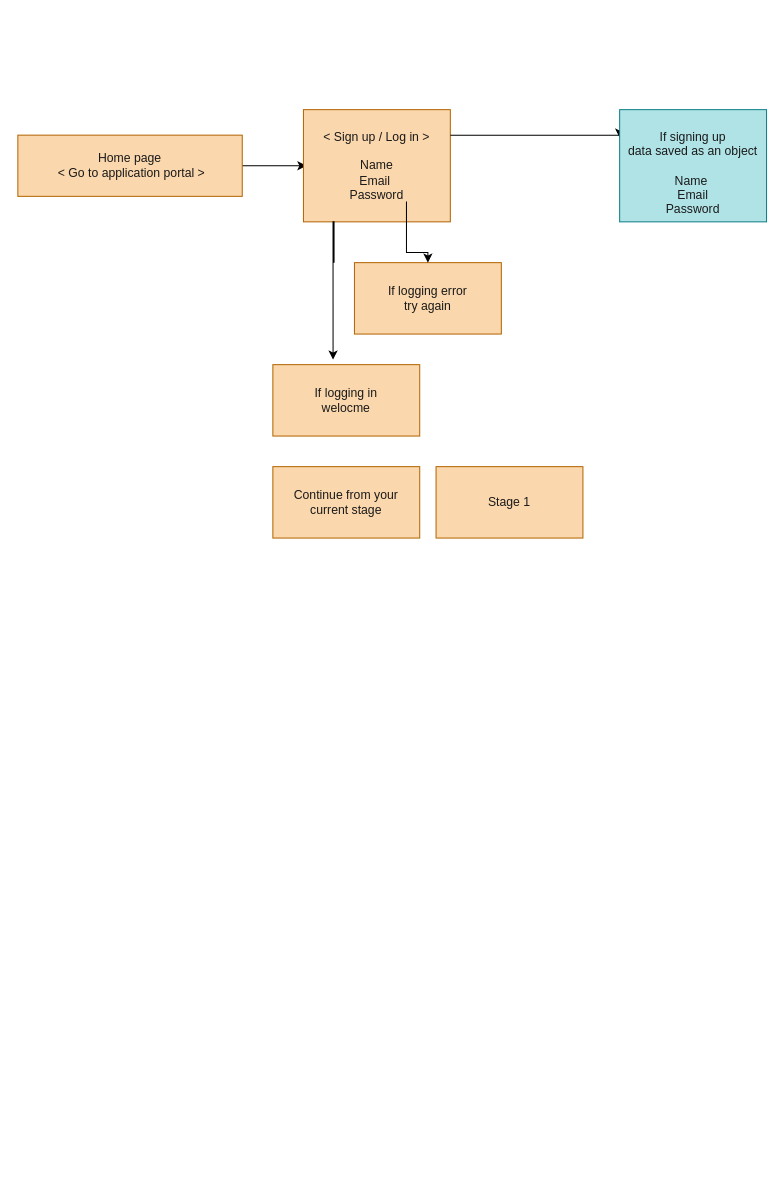
SchoolOfCode/GCI-Backend keeps this draw.io diagram as data.drawio. Above is the earlier version. Source tidied: cells renumbered, new cells numbered last; positions are measured from the earlier drawing's top-left corner, leaving out a move shared by most shapes. Both pictures are drawn from the tidied source at 102%, with x=0, y=0 at pixel (17, 109).
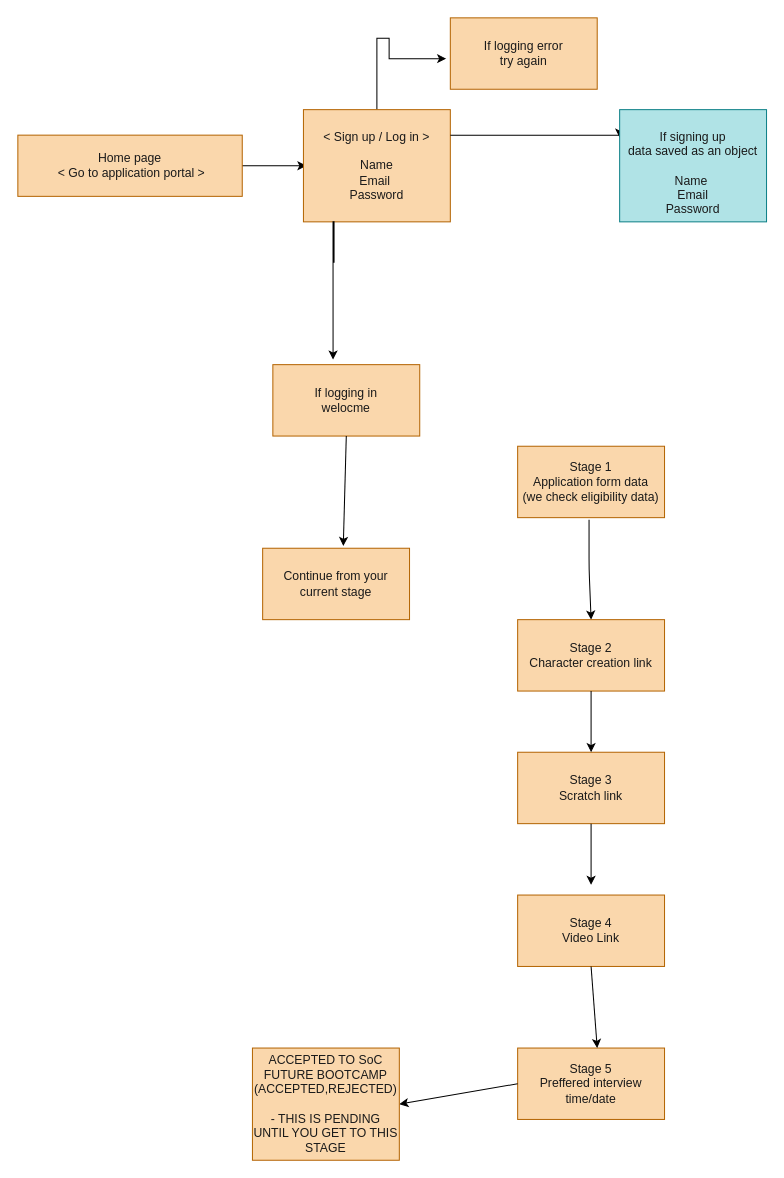
After the change.

Commit message:
Added a base data strucutre

The change refers to these unchanged cells:
```xml
<mxCell id="4" value="&lt;font color=&quot;#1a1a1a&quot;&gt;&amp;lt; Sign up / Log in &amp;gt;&lt;br&gt;&lt;br&gt;Name&lt;br&gt;Email&amp;nbsp;&lt;br&gt;Password&lt;br&gt;&lt;/font&gt;" style="whiteSpace=wrap;html=1;fillColor=#fad7ac;strokeColor=#b46504;" parent="1" vertex="1">
  <mxGeometry x="280" width="144" height="110" as="geometry" />
</mxCell>
<mxCell id="8" value="&lt;font color=&quot;#1a1a1a&quot;&gt;If logging in &lt;br&gt;welocme&lt;br&gt;&lt;/font&gt;" style="whiteSpace=wrap;html=1;fillColor=#fad7ac;strokeColor=#b46504;" parent="1" vertex="1">
  <mxGeometry x="250" y="250" width="144" height="70" as="geometry" />
</mxCell>
```

Diff of the diagram source:
```diff
@@
+    <mxCell id="13" style="edgeStyle=orthogonalEdgeStyle;rounded=0;jettySize=auto;html=1;" parent="1" edge="1" source="4">
+      <mxGeometry relative="1" as="geometry">
+        <mxPoint x="420" y="-50" as="targetPoint" />
+        <Array as="points">
+          <mxPoint x="352" y="-70" />
+          <mxPoint x="364" y="-70" />
+        </Array>
+      </mxGeometry>
+    </mxCell>
@@
     <mxCell id="9" value="&lt;font color=&quot;#1a1a1a&quot;&gt;If logging error&lt;br&gt;try again&lt;br&gt;&lt;/font&gt;" style="whiteSpace=wrap;html=1;fillColor=#fad7ac;strokeColor=#b46504;" parent="1" vertex="1">
-      <mxGeometry x="330" y="150" width="144" height="70" as="geometry" />
+      <mxGeometry x="424" y="-90" width="144" height="70" as="geometry" />
     </mxCell>
-    <mxCell id="10" style="edgeStyle=orthogonalEdgeStyle;rounded=0;jettySize=auto;html=1;entryX=0.5;entryY=0;entryDx=0;entryDy=0;" parent="1" edge="1" target="9">
-      <mxGeometry relative="1" as="geometry">
-        <mxPoint x="381" y="90" as="sourcePoint" />
-        <Array as="points">
-          <mxPoint x="381" y="140" />
-        </Array>
-      </mxGeometry>
-    </mxCell>
     <mxCell id="11" value="&lt;font color=&quot;#1a1a1a&quot;&gt;Continue from your current stage&lt;br&gt;&lt;/font&gt;" style="whiteSpace=wrap;html=1;fillColor=#fad7ac;strokeColor=#b46504;" parent="1" vertex="1">
-      <mxGeometry x="250" y="350" width="144" height="70" as="geometry" />
+      <mxGeometry x="240" y="430" width="144" height="70" as="geometry" />
     </mxCell>
-    <mxCell id="12" value="&lt;font color=&quot;#1a1a1a&quot;&gt;Stage 1&lt;br&gt;&lt;/font&gt;" style="whiteSpace=wrap;html=1;fillColor=#fad7ac;strokeColor=#b46504;" parent="1" vertex="1">
-      <mxGeometry x="410" y="350" width="144" height="70" as="geometry" />
+    <mxCell id="12" value="&lt;font color=&quot;#1a1a1a&quot;&gt;Stage 1&lt;br&gt;Application form data&lt;br&gt;(we check eligibility data)&lt;br&gt;&lt;/font&gt;" style="whiteSpace=wrap;html=1;fillColor=#fad7ac;strokeColor=#b46504;" parent="1" vertex="1">
+      <mxGeometry x="490" y="330" width="144" height="70" as="geometry" />
     </mxCell>
+    <mxCell id="14" style="endArrow=classic;html=1;exitX=0.5;exitY=1;exitDx=0;exitDy=0;entryX=0.549;entryY=-0.031;entryDx=0;entryDy=0;entryPerimeter=0;" parent="1" edge="1" source="8" target="11">
+      <mxGeometry relative="1" as="geometry" />
+    </mxCell>
+    <mxCell id="15" style="endArrow=classic;html=1;entryX=0.5;entryY=0;entryDx=0;entryDy=0;" parent="1" edge="1" target="16">
+      <mxGeometry relative="1" as="geometry">
+        <mxPoint x="560" y="402" as="sourcePoint" />
+        <Array as="points">
+          <mxPoint x="560" y="450" />
+        </Array>
+      </mxGeometry>
+    </mxCell>
+    <mxCell id="16" value="&lt;font color=&quot;#1a1a1a&quot;&gt;Stage 2&lt;br&gt;Character creation link&lt;br&gt;&lt;/font&gt;" style="whiteSpace=wrap;html=1;fillColor=#fad7ac;strokeColor=#b46504;" parent="1" vertex="1">
+      <mxGeometry x="490" y="500" width="144" height="70" as="geometry" />
+    </mxCell>
+    <mxCell id="17" value="&lt;font color=&quot;#1a1a1a&quot;&gt;Stage 3&lt;br&gt;Scratch link&lt;br&gt;&lt;/font&gt;" style="whiteSpace=wrap;html=1;fillColor=#fad7ac;strokeColor=#b46504;" parent="1" vertex="1">
+      <mxGeometry x="490" y="630" width="144" height="70" as="geometry" />
+    </mxCell>
+    <mxCell id="18" style="endArrow=classic;html=1;exitX=0.5;exitY=1;exitDx=0;exitDy=0;entryX=0.5;entryY=0;entryDx=0;entryDy=0;" parent="1" edge="1" source="16" target="17">
+      <mxGeometry relative="1" as="geometry" />
+    </mxCell>
+    <mxCell id="19" value="&lt;font color=&quot;#1a1a1a&quot;&gt;Stage 4&lt;br&gt;Video Link&lt;br&gt;&lt;/font&gt;" style="whiteSpace=wrap;html=1;fillColor=#fad7ac;strokeColor=#b46504;" parent="1" vertex="1">
+      <mxGeometry x="490" y="770" width="144" height="70" as="geometry" />
+    </mxCell>
+    <mxCell id="20" value="&lt;font color=&quot;#1a1a1a&quot;&gt;Stage 5&lt;br&gt;Preffered interview time/date&lt;br&gt;&lt;/font&gt;" style="whiteSpace=wrap;html=1;fillColor=#fad7ac;strokeColor=#b46504;" parent="1" vertex="1">
+      <mxGeometry x="490" y="920" width="144" height="70" as="geometry" />
+    </mxCell>
+    <mxCell id="21" style="endArrow=classic;html=1;exitX=0.5;exitY=1;exitDx=0;exitDy=0;" parent="1" edge="1" source="17">
+      <mxGeometry relative="1" as="geometry">
+        <mxPoint x="562" y="760" as="targetPoint" />
+      </mxGeometry>
+    </mxCell>
+    <mxCell id="22" style="endArrow=classic;html=1;exitX=0.5;exitY=1;exitDx=0;exitDy=0;" parent="1" edge="1" source="19">
+      <mxGeometry relative="1" as="geometry">
+        <mxPoint x="568" y="920" as="targetPoint" />
+      </mxGeometry>
+    </mxCell>
+    <mxCell id="23" style="endArrow=classic;html=1;exitX=0;exitY=0.5;exitDx=0;exitDy=0;entryX=1;entryY=0.5;entryDx=0;entryDy=0;" parent="1" edge="1" source="20" target="24">
+      <mxGeometry relative="1" as="geometry" />
+    </mxCell>
+    <mxCell id="24" value="&lt;font color=&quot;#1a1a1a&quot;&gt;ACCEPTED TO SoC&lt;br&gt;FUTURE BOOTCAMP&lt;br&gt;(ACCEPTED,REJECTED)&lt;br&gt;&lt;br&gt;- THIS IS PENDING UNTIL YOU GET TO THIS STAGE&lt;br&gt;&lt;/font&gt;" style="whiteSpace=wrap;html=1;fillColor=#fad7ac;strokeColor=#b46504;" parent="1" vertex="1">
+      <mxGeometry x="230" y="920" width="144" height="110" as="geometry" />
+    </mxCell>
```
